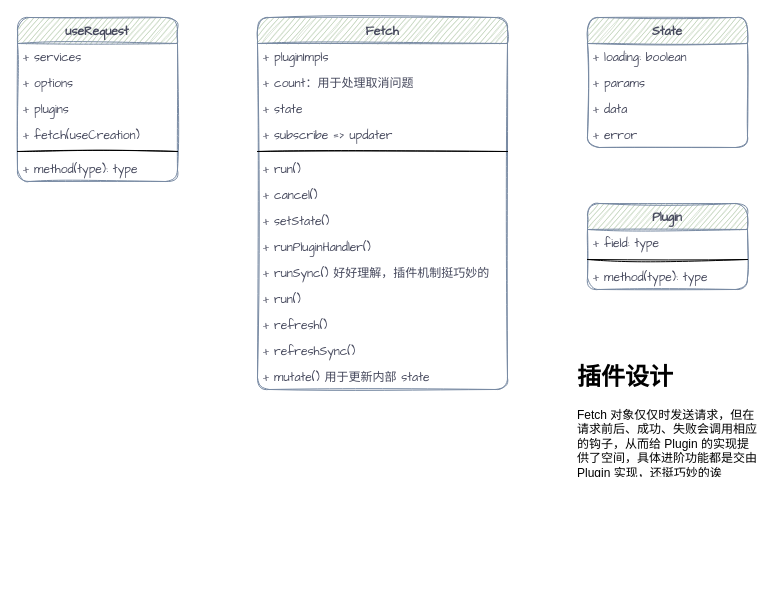
liuxinqiong/drawio keeps this draw.io diagram as useRequest.drawio. Above is the earlier version. Source tidied: cells renumbered, new cells numbered last; positions are measured from the earlier drawing's top-left corner, leaving out a move shared by most shapes. Both pictures are drawn from the tidied source at 100%, with x=0, y=0 at pixel (17, 17).
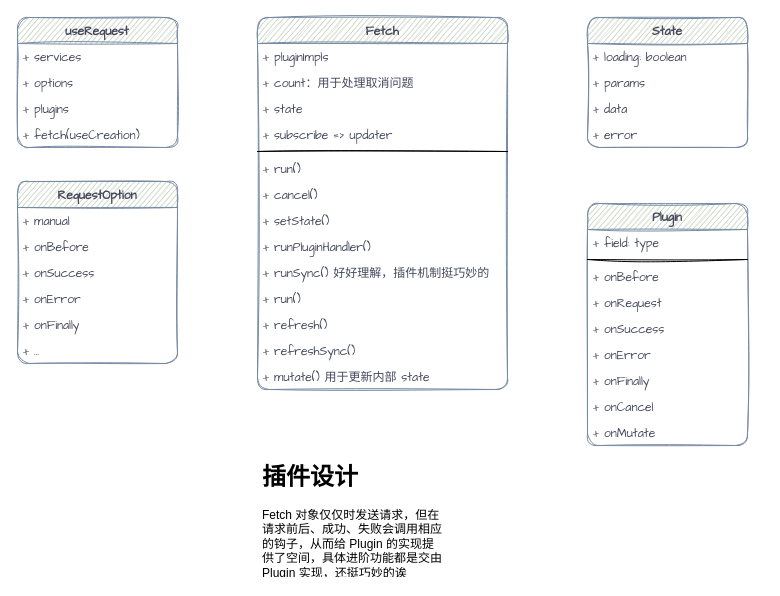
The same diagram, later.

Diff of the diagram source:
```diff
@@
     <mxCell id="2" value="useRequest" style="swimlane;fontStyle=1;align=center;verticalAlign=top;horizontal=1;startSize=26;rounded=1;sketch=1;fontFamily=Comic Sans MS;fontColor=#46495D;strokeColor=#788AA3;fillColor=#B2C9AB;" parent="1" vertex="1">
-      <mxGeometry width="160" height="164" as="geometry" />
+      <mxGeometry width="160" height="130" as="geometry" />
     </mxCell>
@@
-    <mxCell id="7" style="line;strokeWidth=1;fillColor=none;align=left;verticalAlign=middle;spacingTop=-1;spacingLeft=3;spacingRight=3;labelPosition=right;rounded=1;sketch=1;fontFamily=Comic Sans MS;fontColor=#46495D;" parent="2" vertex="1">
-      <mxGeometry y="130" width="160" height="8" as="geometry" />
-    </mxCell>
-    <mxCell id="8" value="+ method(type): type" style="text;strokeColor=none;fillColor=none;align=left;verticalAlign=top;spacingLeft=4;spacingRight=4;overflow=hidden;rounded=1;sketch=1;fontFamily=Comic Sans MS;fontColor=#46495D;" parent="2" vertex="1">
-      <mxGeometry y="138" width="160" height="26" as="geometry" />
-    </mxCell>
@@
     <mxCell id="29" value="Plugin" style="swimlane;fontStyle=1;align=center;verticalAlign=top;horizontal=1;startSize=26;rounded=1;sketch=1;fontFamily=Comic Sans MS;fontColor=#46495D;strokeColor=#788AA3;fillColor=#B2C9AB;" parent="1" vertex="1">
-      <mxGeometry x="570" y="186" width="160" height="86" as="geometry" />
+      <mxGeometry x="570" y="186" width="160" height="242" as="geometry" />
     </mxCell>
@@
-    <mxCell id="32" value="+ method(type): type" style="text;strokeColor=none;fillColor=none;align=left;verticalAlign=top;spacingLeft=4;spacingRight=4;overflow=hidden;rounded=1;sketch=1;fontFamily=Comic Sans MS;fontColor=#46495D;" parent="29" vertex="1">
+    <mxCell id="32" value="+ onBefore" style="text;strokeColor=none;fillColor=none;align=left;verticalAlign=top;spacingLeft=4;spacingRight=4;overflow=hidden;rounded=1;sketch=1;fontFamily=Comic Sans MS;fontColor=#46495D;" parent="29" vertex="1">
       <mxGeometry y="60" width="160" height="26" as="geometry" />
     </mxCell>
+    <mxCell id="34" value="+ onRequest" style="text;strokeColor=none;fillColor=none;align=left;verticalAlign=top;spacingLeft=4;spacingRight=4;overflow=hidden;rounded=1;sketch=1;fontFamily=Comic Sans MS;fontColor=#46495D;" parent="29" vertex="1">
+      <mxGeometry y="86" width="160" height="26" as="geometry" />
+    </mxCell>
+    <mxCell id="35" value="+ onSuccess" style="text;strokeColor=none;fillColor=none;align=left;verticalAlign=top;spacingLeft=4;spacingRight=4;overflow=hidden;rounded=1;sketch=1;fontFamily=Comic Sans MS;fontColor=#46495D;" parent="29" vertex="1">
+      <mxGeometry y="112" width="160" height="26" as="geometry" />
+    </mxCell>
+    <mxCell id="36" value="+ onError" style="text;strokeColor=none;fillColor=none;align=left;verticalAlign=top;spacingLeft=4;spacingRight=4;overflow=hidden;rounded=1;sketch=1;fontFamily=Comic Sans MS;fontColor=#46495D;" parent="29" vertex="1">
+      <mxGeometry y="138" width="160" height="26" as="geometry" />
+    </mxCell>
+    <mxCell id="37" value="+ onFinally" style="text;strokeColor=none;fillColor=none;align=left;verticalAlign=top;spacingLeft=4;spacingRight=4;overflow=hidden;rounded=1;sketch=1;fontFamily=Comic Sans MS;fontColor=#46495D;" parent="29" vertex="1">
+      <mxGeometry y="164" width="160" height="26" as="geometry" />
+    </mxCell>
+    <mxCell id="38" value="+ onCancel" style="text;strokeColor=none;fillColor=none;align=left;verticalAlign=top;spacingLeft=4;spacingRight=4;overflow=hidden;rounded=1;sketch=1;fontFamily=Comic Sans MS;fontColor=#46495D;" parent="29" vertex="1">
+      <mxGeometry y="190" width="160" height="26" as="geometry" />
+    </mxCell>
+    <mxCell id="39" value="+ onMutate" style="text;strokeColor=none;fillColor=none;align=left;verticalAlign=top;spacingLeft=4;spacingRight=4;overflow=hidden;rounded=1;sketch=1;fontFamily=Comic Sans MS;fontColor=#46495D;" parent="29" vertex="1">
+      <mxGeometry y="216" width="160" height="26" as="geometry" />
+    </mxCell>
     <mxCell id="33" value="&lt;h1&gt;插件设计&lt;/h1&gt;&lt;p&gt;Fetch 对象仅仅时发送请求，但在请求前后、成功、失败会调用相应的钩子，从而给 Plugin 的实现提供了空间，具体进阶功能都是交由 Plugin 实现，还挺巧妙的诶&lt;/p&gt;" style="text;html=1;strokeColor=none;fillColor=none;spacing=5;spacingTop=-20;whiteSpace=wrap;overflow=hidden;rounded=0;" parent="1" vertex="1">
-      <mxGeometry x="555" y="340" width="190" height="120" as="geometry" />
+      <mxGeometry x="240" y="440" width="190" height="120" as="geometry" />
     </mxCell>
+    <mxCell id="40" value="RequestOption" style="swimlane;fontStyle=1;align=center;verticalAlign=top;horizontal=1;startSize=26;rounded=1;sketch=1;fontFamily=Comic Sans MS;fontColor=#46495D;strokeColor=#788AA3;fillColor=#B2C9AB;" parent="1" vertex="1">
+      <mxGeometry y="164" width="160" height="182" as="geometry" />
+    </mxCell>
+    <mxCell id="41" value="+ manual&#10;" style="text;strokeColor=none;fillColor=none;align=left;verticalAlign=top;spacingLeft=4;spacingRight=4;overflow=hidden;rounded=1;sketch=1;fontFamily=Comic Sans MS;fontColor=#46495D;" parent="40" vertex="1">
+      <mxGeometry y="26" width="160" height="26" as="geometry" />
+    </mxCell>
+    <mxCell id="42" value="+ onBefore&#10;" style="text;strokeColor=none;fillColor=none;align=left;verticalAlign=top;spacingLeft=4;spacingRight=4;overflow=hidden;rounded=1;sketch=1;fontFamily=Comic Sans MS;fontColor=#46495D;" parent="40" vertex="1">
+      <mxGeometry y="52" width="160" height="26" as="geometry" />
+    </mxCell>
+    <mxCell id="43" value="+ onSuccess&#10;" style="text;strokeColor=none;fillColor=none;align=left;verticalAlign=top;spacingLeft=4;spacingRight=4;overflow=hidden;rounded=1;sketch=1;fontFamily=Comic Sans MS;fontColor=#46495D;" parent="40" vertex="1">
+      <mxGeometry y="78" width="160" height="26" as="geometry" />
+    </mxCell>
+    <mxCell id="44" value="+ onError" style="text;strokeColor=none;fillColor=none;align=left;verticalAlign=top;spacingLeft=4;spacingRight=4;overflow=hidden;rounded=1;sketch=1;fontFamily=Comic Sans MS;fontColor=#46495D;" parent="40" vertex="1">
+      <mxGeometry y="104" width="160" height="26" as="geometry" />
+    </mxCell>
+    <mxCell id="45" value="+ onFinally" style="text;strokeColor=none;fillColor=none;align=left;verticalAlign=top;spacingLeft=4;spacingRight=4;overflow=hidden;rounded=1;sketch=1;fontFamily=Comic Sans MS;fontColor=#46495D;" parent="40" vertex="1">
+      <mxGeometry y="130" width="160" height="26" as="geometry" />
+    </mxCell>
+    <mxCell id="46" value="+ ..." style="text;strokeColor=none;fillColor=none;align=left;verticalAlign=top;spacingLeft=4;spacingRight=4;overflow=hidden;rounded=1;sketch=1;fontFamily=Comic Sans MS;fontColor=#46495D;" parent="40" vertex="1">
+      <mxGeometry y="156" width="160" height="26" as="geometry" />
+    </mxCell>
```
